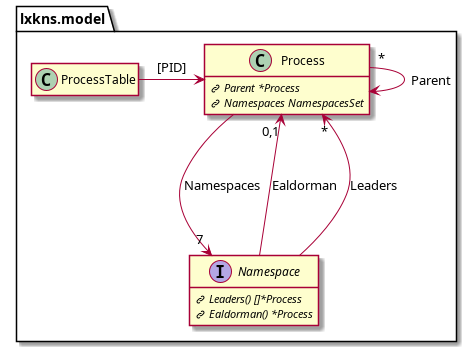
This is docs/_images/lxkns-processes.png from thediveo/lxkns, a PlantUML export, as it was before one commit.
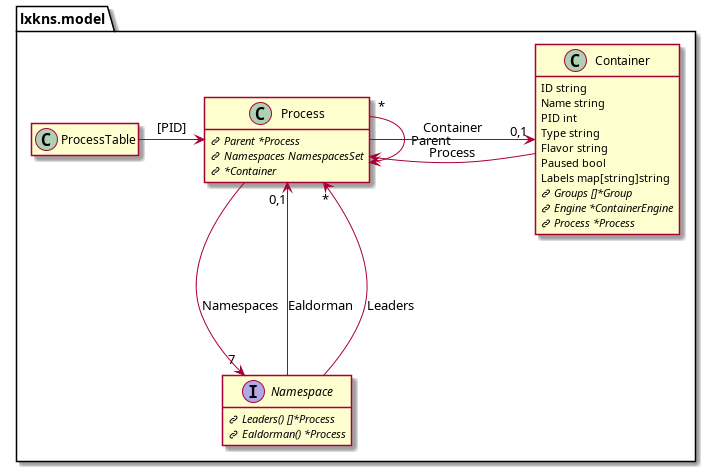
The same diagram one commit later.

Diff of the diagram source:
```diff
@@ -19,11 +19,28 @@
 class Process {
   L Parent *Process
   L Namespaces NamespacesSet
+  L *Container
 }
 
 Process --> "7" Namespace : Namespaces
 Process "*" --> Process : Parent
 
+class Container {
+  ID string
+  Name string
+  PID int
+  Type string
+  Flavor string
+  Paused bool
+  Labels map[string]string
+  L Groups []*Group
+  L Engine *ContainerEngine
+  L Process *Process
+}
+
+Process -> "0,1" Container : Container
+Process <- Container : "Process"
+
 }
 
 @enduml
```
